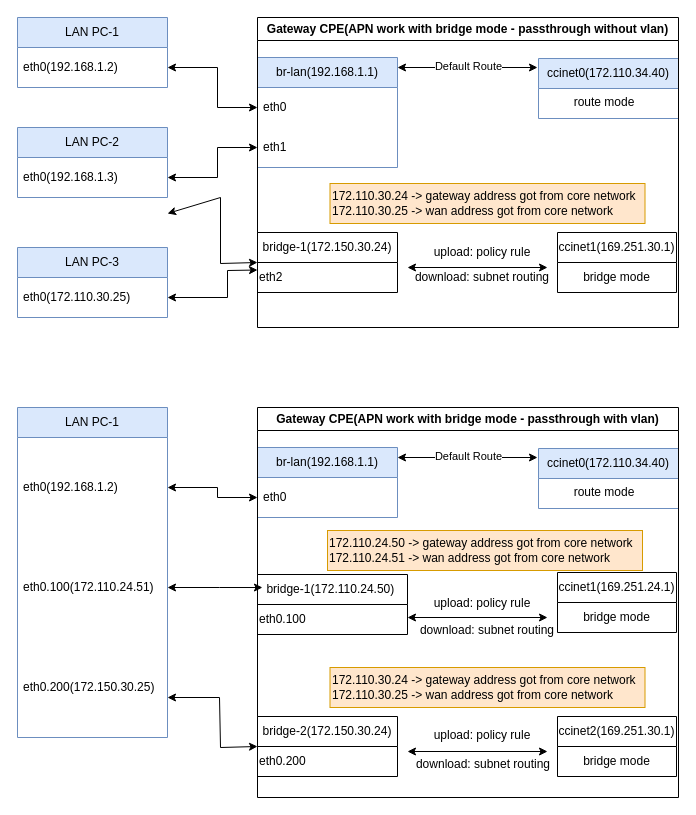
The draw.io diagram page "QualComm" (3 of 3) of Data/Untitled Diagram.drawio in HemingT/Diagram, before the edit. Source tidied: cells renumbered, new cells numbered last; positions are measured from the earlier drawing's top-left corner, leaving out a move shared by most shapes. Both pictures are drawn from the tidied source at 100%, with x=0, y=0 at pixel (17, 17).
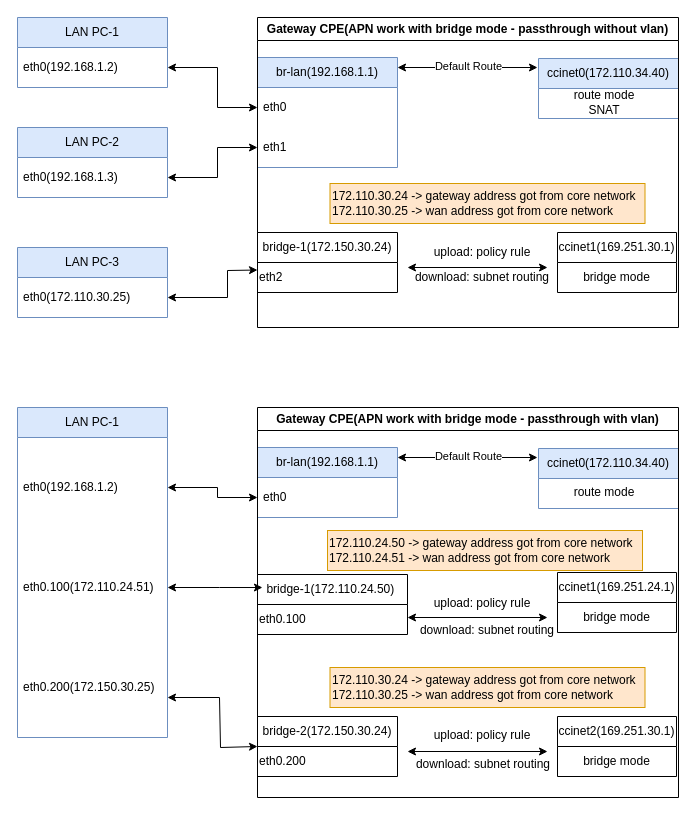
Above is the later version.

The change refers to these unchanged cells:
```xml
<mxCell id="13" value="eth2" style="text;html=1;whiteSpace=wrap;strokeColor=none;fillColor=none;align=left;verticalAlign=middle;rounded=0;" parent="12" vertex="1">
  <mxGeometry y="30" width="140" height="30" as="geometry" />
</mxCell>
```

Diff of the diagram source:
```diff
@@
-    <mxCell id="20" style="endArrow=classic;startArrow=classic;html=1;rounded=0;entryX=0;entryY=0;entryDx=0;entryDy=0;exitX=1;exitY=0.5;exitDx=0;exitDy=0;" parent="1" edge="1" target="13">
-      <mxGeometry relative="1" as="geometry">
-        <mxPoint x="150" y="196" as="sourcePoint" />
-        <Array as="points">
-          <mxPoint x="203" y="180" />
-          <mxPoint x="203" y="246" />
-        </Array>
-      </mxGeometry>
-    </mxCell>
-    <mxCell id="21" value="route mode" style="text;html=1;whiteSpace=wrap;strokeColor=none;fillColor=none;align=center;verticalAlign=middle;rounded=0;" parent="1" vertex="1">
+    <mxCell id="21" value="route mode&lt;br&gt;SNAT" style="text;html=1;whiteSpace=wrap;strokeColor=none;fillColor=none;align=center;verticalAlign=middle;rounded=0;" parent="1" vertex="1">
       <mxGeometry x="542" y="70" width="90" height="30" as="geometry" />
     </mxCell>
```
